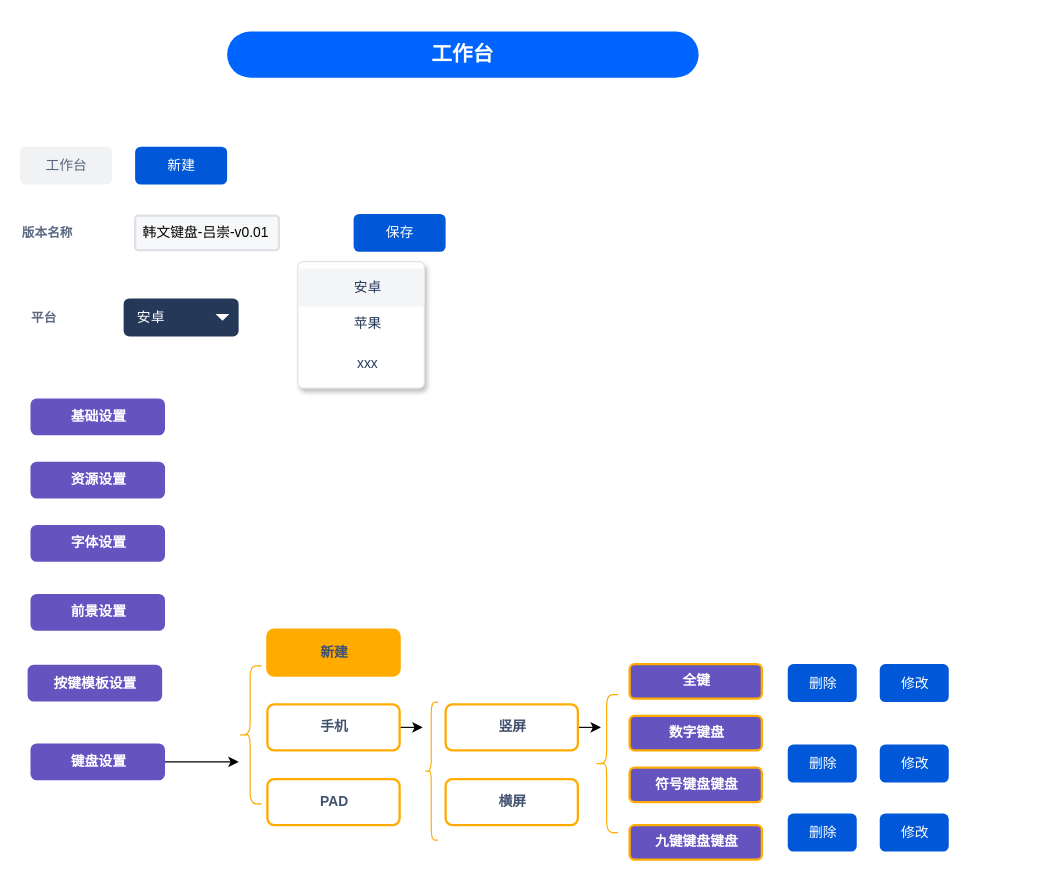
Earlier version of the draw.io diagram layout-editor/工作台表单.drawio (chonglv/charts). Source tidied: cells renumbered, new cells numbered last; positions are measured from the earlier drawing's top-left corner, leaving out a move shared by most shapes. Both pictures are drawn from the tidied source at 115%, with x=0, y=0 at pixel (20, 31).
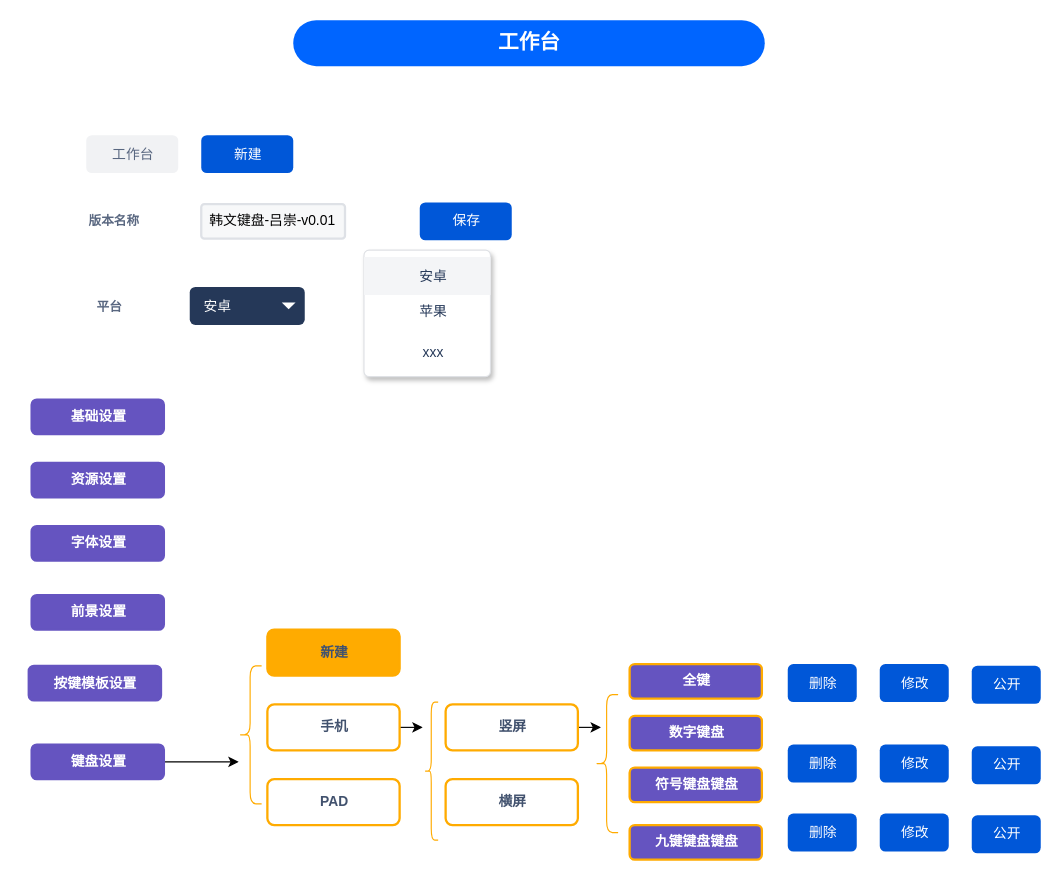
The same page after the edit.

Commit message:
更新工作台表单.drawio

The edit, as a diff of the source:
```diff
@@
     <mxCell id="2" value="工作台" style="rounded=1;fillColor=#0065FF;strokeColor=none;html=1;fontColor=#ffffff;align=center;verticalAlign=middle;whiteSpace=wrap;fontSize=18;fontStyle=1;arcSize=50;" parent="1" vertex="1">
-      <mxGeometry x="180" width="410" height="40" as="geometry" />
+      <mxGeometry x="237.5" y="-10" width="410" height="40" as="geometry" />
     </mxCell>
     <mxCell id="3" value="新建" style="rounded=1;fillColor=#0057D8;align=center;strokeColor=none;html=1;fontColor=#ffffff;fontSize=12;" parent="1" vertex="1">
-      <mxGeometry x="100" y="100" width="80" height="33" as="geometry" />
+      <mxGeometry x="157.5" y="90" width="80" height="33" as="geometry" />
     </mxCell>
     <mxCell id="4" value="韩文键盘-吕崇-v0.01" style="rounded=1;arcSize=9;fillColor=#F7F8F9;align=left;spacingLeft=5;strokeColor=#DEE1E6;html=1;strokeWidth=2;fontSize=12;" parent="1" vertex="1">
-      <mxGeometry x="100" y="160" width="125" height="30" as="geometry" />
+      <mxGeometry x="157.5" y="150" width="125" height="30" as="geometry" />
     </mxCell>
     <mxCell id="5" value="版本名称" style="fillColor=none;strokeColor=none;html=1;fontSize=11;fontStyle=0;align=left;fontColor=#596780;fontStyle=1;fontSize=11;" parent="1" vertex="1">
-      <mxGeometry y="165" width="60" height="20" as="geometry" />
+      <mxGeometry x="57.5" y="155" width="60" height="20" as="geometry" />
     </mxCell>
     <mxCell id="6" value="保存" style="rounded=1;fillColor=#0057D8;align=center;strokeColor=none;html=1;fontColor=#ffffff;fontSize=12;" parent="1" vertex="1">
-      <mxGeometry x="290" y="158.5" width="80" height="33" as="geometry" />
+      <mxGeometry x="347.5" y="148.5" width="80" height="33" as="geometry" />
     </mxCell>
     <mxCell id="7" value="工作台" style="rounded=1;align=center;fillColor=#F1F2F4;strokeColor=none;html=1;fontColor=#596780;fontSize=12;" parent="1" vertex="1">
-      <mxGeometry y="100" width="80" height="33" as="geometry" />
+      <mxGeometry x="57.5" y="90" width="80" height="33" as="geometry" />
     </mxCell>
@@
     <mxCell id="21" value="安卓" style="rounded=1;fillColor=#253858;strokeColor=none;html=1;fontColor=#ffffff;align=left;fontSize=12;spacingLeft=10;" parent="1" vertex="1">
-      <mxGeometry x="90" y="232" width="100" height="33" as="geometry" />
+      <mxGeometry x="147.5" y="222" width="100" height="33" as="geometry" />
     </mxCell>
@@
     <mxCell id="23" style="rounded=1;fillColor=#ffffff;strokeColor=#DFE1E5;shadow=1;html=1;arcSize=4;align=center;" parent="1" vertex="1">
-      <mxGeometry x="241.5" y="200" width="110" height="110" as="geometry" />
+      <mxGeometry x="299" y="190" width="110" height="110" as="geometry" />
     </mxCell>
@@
     <mxCell id="27" value="平台" style="fillColor=none;strokeColor=none;html=1;fontSize=11;fontStyle=0;align=left;fontColor=#596780;fontStyle=1;fontSize=11;" parent="1" vertex="1">
-      <mxGeometry x="7.5" y="238.5" width="60" height="20" as="geometry" />
+      <mxGeometry x="65" y="228.5" width="60" height="20" as="geometry" />
     </mxCell>
@@
+    <mxCell id="42" value="公开" style="rounded=1;fillColor=#0057D8;align=center;strokeColor=none;html=1;fontColor=#ffffff;fontSize=12;" parent="1" vertex="1">
+      <mxGeometry x="827.5" y="551.5" width="60" height="33" as="geometry" />
+    </mxCell>
+    <mxCell id="43" value="公开" style="rounded=1;fillColor=#0057D8;align=center;strokeColor=none;html=1;fontColor=#ffffff;fontSize=12;" parent="1" vertex="1">
+      <mxGeometry x="827.5" y="621.5" width="60" height="33" as="geometry" />
+    </mxCell>
+    <mxCell id="44" value="公开" style="rounded=1;fillColor=#0057D8;align=center;strokeColor=none;html=1;fontColor=#ffffff;fontSize=12;" parent="1" vertex="1">
+      <mxGeometry x="827.5" y="681.5" width="60" height="33" as="geometry" />
+    </mxCell>
```
